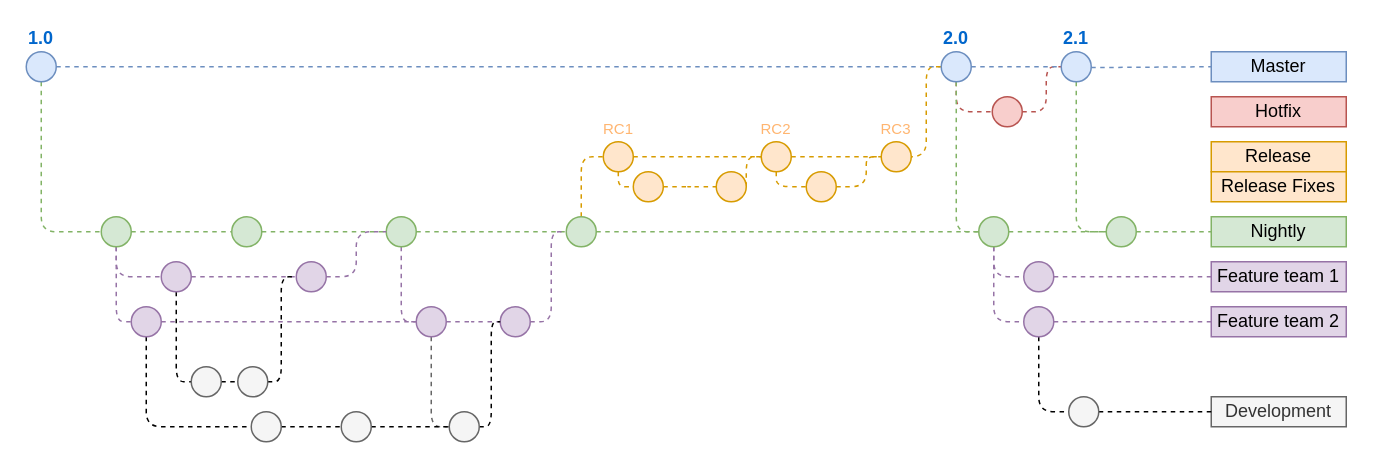
This is Untitled Diagram.drawio from tskapo/arsebiti_saxelebi, a draw.io file, before an edit. Source tidied: cells renumbered, new cells numbered last; positions are measured from the earlier drawing's top-left corner, leaving out a move shared by most shapes. Both pictures are drawn from the tidied source at 150%, with x=0, y=0 at pixel (26, 51).
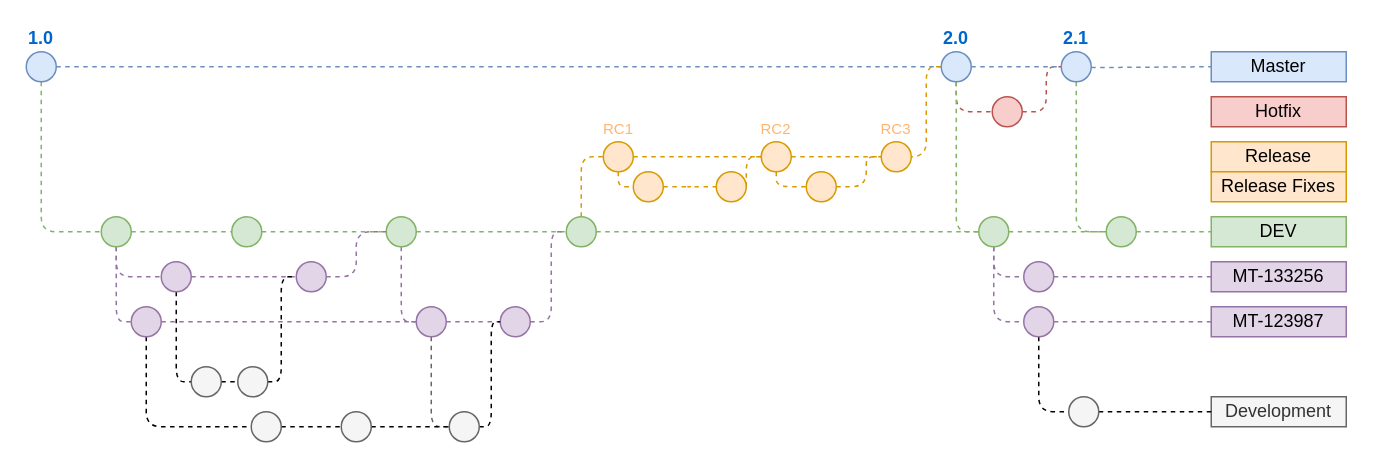
After the change.

Commit message:
nib-git-flow

Change to the diagram source:
```diff
@@
-    <mxCell id="17" value="Nightly" style="text;html=1;strokeColor=#82b366;fillColor=#d5e8d4;align=center;verticalAlign=middle;whiteSpace=wrap;rounded=0;" parent="1" vertex="1">
+    <mxCell id="17" value="DEV" style="text;html=1;strokeColor=#82b366;fillColor=#d5e8d4;align=center;verticalAlign=middle;whiteSpace=wrap;rounded=0;" parent="1" vertex="1">
       <mxGeometry x="790" y="110" width="90" height="20" as="geometry" />
     </mxCell>
@@
-    <mxCell id="49" value="Feature team 1" style="text;html=1;strokeColor=#9673a6;fillColor=#e1d5e7;align=center;verticalAlign=middle;whiteSpace=wrap;rounded=0;" parent="1" vertex="1">
+    <mxCell id="49" value="MT-133256" style="text;html=1;strokeColor=#9673a6;fillColor=#e1d5e7;align=center;verticalAlign=middle;whiteSpace=wrap;rounded=0;" parent="1" vertex="1">
       <mxGeometry x="790" y="140" width="90" height="20" as="geometry" />
     </mxCell>
-    <mxCell id="50" value="Feature team 2" style="text;html=1;strokeColor=#9673a6;fillColor=#e1d5e7;align=center;verticalAlign=middle;whiteSpace=wrap;rounded=0;" parent="1" vertex="1">
+    <mxCell id="50" value="MT-123987" style="text;html=1;strokeColor=#9673a6;fillColor=#e1d5e7;align=center;verticalAlign=middle;whiteSpace=wrap;rounded=0;" parent="1" vertex="1">
       <mxGeometry x="790" y="170" width="90" height="20" as="geometry" />
     </mxCell>
```
